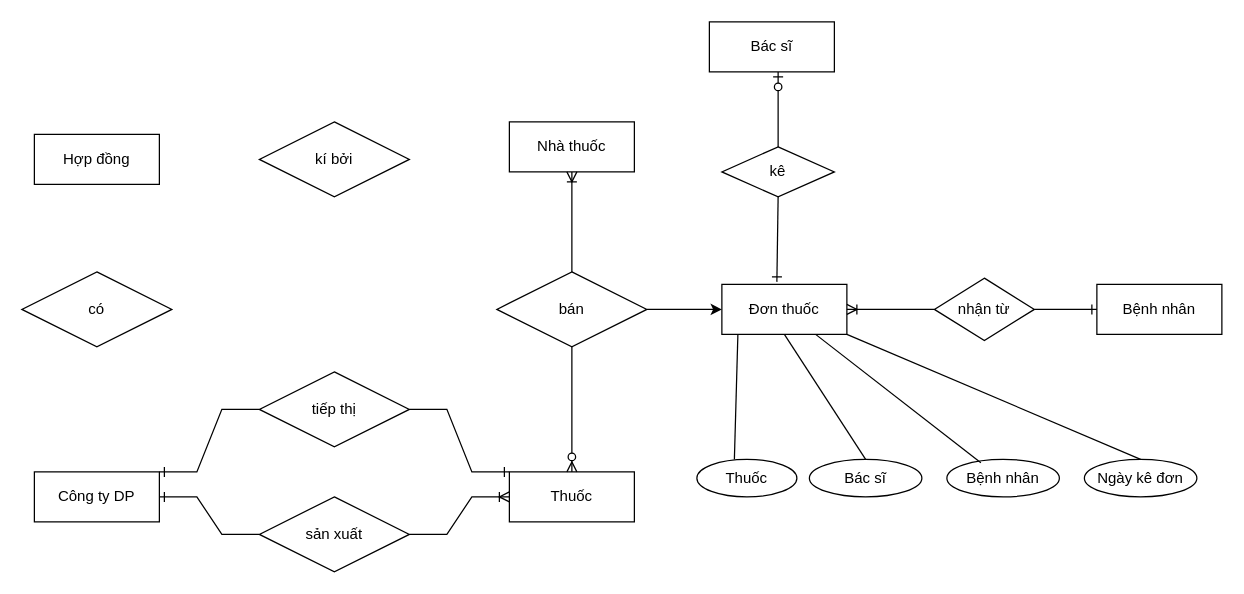
Above: page "ex1" (1 of 3) of BSQL Assignment 103.drawio in giangcoiphp/covid19 (draw.io), before the change. Source tidied: cells renumbered, new cells numbered last; positions are measured from the earlier drawing's top-left corner, leaving out a move shared by most shapes. Both pictures are drawn from the tidied source at 125%, with x=0, y=0 at pixel (21, 21).
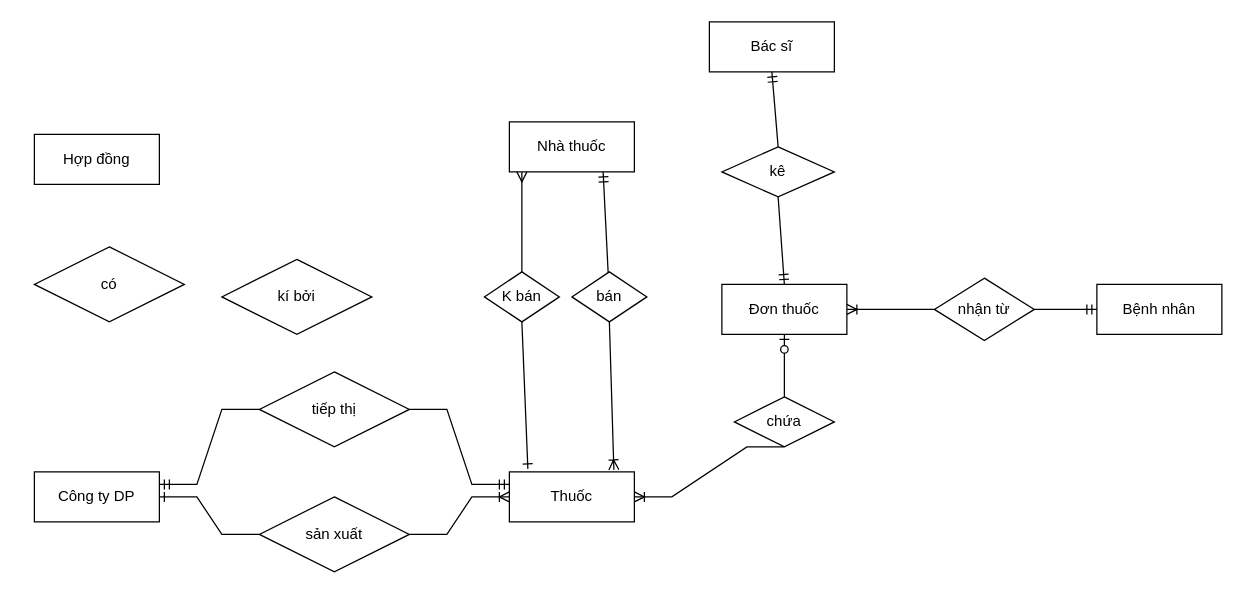
The same diagram, later.

Commit message:
Cập nhật BSQL Assignment 103.drawio

The change refers to these unchanged cells:
```xml
<mxCell id="2" value="Công ty DP" style="whiteSpace=wrap;html=1;align=center;" parent="1" vertex="1">
  <mxGeometry x="10" y="360" width="100" height="40" as="geometry" />
</mxCell>
<mxCell id="4" value="Thuốc" style="whiteSpace=wrap;html=1;align=center;" parent="1" vertex="1">
  <mxGeometry x="390" y="360" width="100" height="40" as="geometry" />
</mxCell>
<mxCell id="7" value="tiếp thị" style="shape=rhombus;perimeter=rhombusPerimeter;whiteSpace=wrap;html=1;align=center;" parent="1" vertex="1">
  <mxGeometry x="190" y="280" width="120" height="60" as="geometry" />
</mxCell>
<mxCell id="9" value="Nhà thuốc" style="whiteSpace=wrap;html=1;align=center;" parent="1" vertex="1">
  <mxGeometry x="390" y="80" width="100" height="40" as="geometry" />
</mxCell>
<mxCell id="13" value="Đơn thuốc" style="whiteSpace=wrap;html=1;align=center;" parent="1" vertex="1">
  <mxGeometry x="560" y="210" width="100" height="40" as="geometry" />
</mxCell>
<mxCell id="23" value="Bác sĩ" style="whiteSpace=wrap;html=1;align=center;" parent="1" vertex="1">
  <mxGeometry x="550" width="100" height="40" as="geometry" />
</mxCell>
<mxCell id="24" value="kê" style="shape=rhombus;perimeter=rhombusPerimeter;whiteSpace=wrap;html=1;align=center;" parent="1" vertex="1">
  <mxGeometry x="560" y="100" width="90" height="40" as="geometry" />
</mxCell>
<mxCell id="27" value="Bệnh nhân" style="whiteSpace=wrap;html=1;align=center;" parent="1" vertex="1">
  <mxGeometry x="860" y="210" width="100" height="40" as="geometry" />
</mxCell>
<mxCell id="28" value="nhận từ" style="shape=rhombus;perimeter=rhombusPerimeter;whiteSpace=wrap;html=1;align=center;" parent="1" vertex="1">
  <mxGeometry x="730" y="205" width="80" height="50" as="geometry" />
</mxCell>
```

Change to the diagram source:
```diff
@@
-    <mxCell id="8" style="edgeStyle=entityRelationEdgeStyle;fontSize=12;html=1;endArrow=ERone;endFill=1;rounded=0;entryX=1;entryY=0;entryDx=0;entryDy=0;exitX=0;exitY=0.5;exitDx=0;exitDy=0;" parent="1" edge="1" source="7" target="2">
-      <mxGeometry relative="1" as="geometry" />
-    </mxCell>
@@
     <mxCell id="10" value="bán" style="shape=rhombus;perimeter=rhombusPerimeter;whiteSpace=wrap;html=1;align=center;" parent="1" vertex="1">
-      <mxGeometry x="380" y="200" width="120" height="60" as="geometry" />
+      <mxGeometry x="440" y="200" width="60" height="40" as="geometry" />
     </mxCell>
-    <mxCell id="11" style="fontSize=12;html=1;endArrow=ERzeroToMany;endFill=1;rounded=0;entryX=0.5;entryY=0;entryDx=0;entryDy=0;exitX=0.5;exitY=1;exitDx=0;exitDy=0;" parent="1" edge="1" source="10" target="4">
-      <mxGeometry relative="1" as="geometry" />
-    </mxCell>
-    <mxCell id="12" style="fontSize=12;html=1;endArrow=ERoneToMany;rounded=0;entryX=0.5;entryY=1;entryDx=0;entryDy=0;exitX=0.5;exitY=0;exitDx=0;exitDy=0;" parent="1" edge="1" source="10" target="9">
-      <mxGeometry relative="1" as="geometry" />
-    </mxCell>
@@
-    <mxCell id="14" value="Thuốc" style="ellipse;whiteSpace=wrap;html=1;align=center;" parent="1" vertex="1">
-      <mxGeometry x="540" y="350" width="80" height="30" as="geometry" />
-    </mxCell>
-    <mxCell id="15" value="Bác sĩ" style="ellipse;whiteSpace=wrap;html=1;align=center;" parent="1" vertex="1">
-      <mxGeometry x="630" y="350" width="90" height="30" as="geometry" />
-    </mxCell>
-    <mxCell id="16" value="Bệnh nhân" style="ellipse;whiteSpace=wrap;html=1;align=center;" parent="1" vertex="1">
-      <mxGeometry x="740" y="350" width="90" height="30" as="geometry" />
-    </mxCell>
-    <mxCell id="17" value="Ngày kê đơn" style="ellipse;whiteSpace=wrap;html=1;align=center;" parent="1" vertex="1">
-      <mxGeometry x="850" y="350" width="90" height="30" as="geometry" />
-    </mxCell>
-    <mxCell id="18" style="endArrow=none;html=1;rounded=0;exitX=0.128;exitY=1.01;exitDx=0;exitDy=0;exitPerimeter=0;" parent="1" edge="1" source="13">
-      <mxGeometry relative="1" as="geometry">
-        <mxPoint x="570" y="350" as="targetPoint" />
-      </mxGeometry>
-    </mxCell>
-    <mxCell id="19" style="endArrow=none;html=1;rounded=0;entryX=0.5;entryY=0;entryDx=0;entryDy=0;exitX=0.5;exitY=1;exitDx=0;exitDy=0;" parent="1" edge="1" source="13" target="15">
-      <mxGeometry relative="1" as="geometry" />
-    </mxCell>
-    <mxCell id="20" style="endArrow=none;html=1;rounded=0;entryX=0.302;entryY=0.093;entryDx=0;entryDy=0;exitX=0.75;exitY=1;exitDx=0;exitDy=0;entryPerimeter=0;" parent="1" edge="1" source="13" target="16">
-      <mxGeometry relative="1" as="geometry" />
-    </mxCell>
-    <mxCell id="21" style="endArrow=none;html=1;rounded=0;entryX=0.5;entryY=0;entryDx=0;entryDy=0;exitX=1;exitY=1;exitDx=0;exitDy=0;" parent="1" edge="1" source="13" target="17">
-      <mxGeometry relative="1" as="geometry" />
-    </mxCell>
-    <mxCell id="22" style="endArrow=classic;html=1;rounded=0;exitX=1;exitY=0.5;exitDx=0;exitDy=0;entryX=0;entryY=0.5;entryDx=0;entryDy=0;" parent="1" edge="1" source="10" target="13">
-      <mxGeometry relative="1" as="geometry" />
-    </mxCell>
@@
-    <mxCell id="25" style="fontSize=12;html=1;endArrow=ERone;endFill=1;rounded=0;exitX=0.5;exitY=1;exitDx=0;exitDy=0;entryX=0.44;entryY=-0.05;entryDx=0;entryDy=0;entryPerimeter=0;" parent="1" edge="1" source="24" target="13">
-      <mxGeometry relative="1" as="geometry" />
-    </mxCell>
-    <mxCell id="26" style="fontSize=12;html=1;endArrow=ERzeroToOne;endFill=1;rounded=0;exitX=0.5;exitY=0;exitDx=0;exitDy=0;" parent="1" edge="1" source="24">
-      <mxGeometry relative="1" as="geometry">
-        <mxPoint x="605" y="40" as="targetPoint" />
-      </mxGeometry>
-    </mxCell>
@@
-    <mxCell id="30" style="fontSize=12;html=1;endArrow=ERone;endFill=1;rounded=0;entryX=0;entryY=0.5;entryDx=0;entryDy=0;exitX=1;exitY=0.5;exitDx=0;exitDy=0;" parent="1" edge="1" source="28" target="27">
-      <mxGeometry relative="1" as="geometry" />
-    </mxCell>
-    <mxCell id="31" style="edgeStyle=entityRelationEdgeStyle;fontSize=12;html=1;endArrow=ERone;endFill=1;rounded=0;exitX=1;exitY=0.5;exitDx=0;exitDy=0;entryX=0;entryY=0;entryDx=0;entryDy=0;" parent="1" edge="1" source="7" target="4">
-      <mxGeometry relative="1" as="geometry" />
-    </mxCell>
@@
     <mxCell id="33" value="kí bởi" style="shape=rhombus;perimeter=rhombusPerimeter;whiteSpace=wrap;html=1;align=center;" parent="1" vertex="1">
-      <mxGeometry x="190" y="80" width="120" height="60" as="geometry" />
+      <mxGeometry x="160" y="190" width="120" height="60" as="geometry" />
     </mxCell>
     <mxCell id="34" value="có" style="shape=rhombus;perimeter=rhombusPerimeter;whiteSpace=wrap;html=1;align=center;" parent="1" vertex="1">
-      <mxGeometry y="200" width="120" height="60" as="geometry" />
+      <mxGeometry x="10" y="180" width="120" height="60" as="geometry" />
     </mxCell>
+    <mxCell id="35" value="K bán" style="shape=rhombus;perimeter=rhombusPerimeter;whiteSpace=wrap;html=1;align=center;" parent="1" vertex="1">
+      <mxGeometry x="370" y="200" width="60" height="40" as="geometry" />
+    </mxCell>
+    <mxCell id="11" style="fontSize=12;html=1;endArrow=ERoneToMany;rounded=0;exitX=0.5;exitY=1;exitDx=0;exitDy=0;entryX=0.836;entryY=-0.04;entryDx=0;entryDy=0;entryPerimeter=0;" parent="1" edge="1" source="10" target="4">
+      <mxGeometry relative="1" as="geometry" />
+    </mxCell>
+    <mxCell id="12" style="fontSize=12;html=1;endArrow=ERmandOne;rounded=0;entryX=0.75;entryY=1;entryDx=0;entryDy=0;" parent="1" edge="1" source="10" target="9">
+      <mxGeometry relative="1" as="geometry" />
+    </mxCell>
+    <mxCell id="36" style="fontSize=12;html=1;endArrow=ERone;endFill=1;rounded=0;entryX=0.148;entryY=-0.06;entryDx=0;entryDy=0;exitX=0.5;exitY=1;exitDx=0;exitDy=0;entryPerimeter=0;" parent="1" edge="1" source="35" target="4">
+      <mxGeometry relative="1" as="geometry" />
+    </mxCell>
+    <mxCell id="37" style="fontSize=12;html=1;endArrow=ERmany;rounded=0;exitX=0.5;exitY=0;exitDx=0;exitDy=0;" parent="1" edge="1" source="35">
+      <mxGeometry relative="1" as="geometry">
+        <mxPoint x="400" y="120" as="targetPoint" />
+      </mxGeometry>
+    </mxCell>
+    <mxCell id="38" style="fontSize=12;html=1;endArrow=ERmandOne;rounded=0;entryX=0.5;entryY=1;entryDx=0;entryDy=0;exitX=0.5;exitY=0;exitDx=0;exitDy=0;" parent="1" edge="1" source="24" target="23">
+      <mxGeometry relative="1" as="geometry" />
+    </mxCell>
+    <mxCell id="8" style="edgeStyle=entityRelationEdgeStyle;fontSize=12;html=1;endArrow=ERmandOne;rounded=0;entryX=1;entryY=0.25;entryDx=0;entryDy=0;" parent="1" edge="1" source="7" target="2">
+      <mxGeometry relative="1" as="geometry" />
+    </mxCell>
+    <mxCell id="31" style="edgeStyle=entityRelationEdgeStyle;fontSize=12;html=1;endArrow=ERmandOne;rounded=0;entryX=0;entryY=0.25;entryDx=0;entryDy=0;exitX=1;exitY=0.5;exitDx=0;exitDy=0;" parent="1" edge="1" source="7" target="4">
+      <mxGeometry relative="1" as="geometry" />
+    </mxCell>
+    <mxCell id="25" style="fontSize=12;html=1;endArrow=ERmandOne;rounded=0;entryX=0.5;entryY=0;entryDx=0;entryDy=0;exitX=0.5;exitY=1;exitDx=0;exitDy=0;" parent="1" edge="1" source="24" target="13">
+      <mxGeometry relative="1" as="geometry" />
+    </mxCell>
+    <mxCell id="39" value="chứa" style="shape=rhombus;perimeter=rhombusPerimeter;whiteSpace=wrap;html=1;align=center;" parent="1" vertex="1">
+      <mxGeometry x="570" y="300" width="80" height="40" as="geometry" />
+    </mxCell>
+    <mxCell id="40" style="fontSize=12;html=1;endArrow=ERzeroToOne;endFill=1;rounded=0;exitX=0.5;exitY=0;exitDx=0;exitDy=0;entryX=0.5;entryY=1;entryDx=0;entryDy=0;" parent="1" edge="1" source="39" target="13">
+      <mxGeometry relative="1" as="geometry" />
+    </mxCell>
+    <mxCell id="41" style="edgeStyle=entityRelationEdgeStyle;fontSize=12;html=1;endArrow=ERoneToMany;rounded=0;entryX=1;entryY=0.5;entryDx=0;entryDy=0;exitX=0.5;exitY=1;exitDx=0;exitDy=0;" parent="1" edge="1" source="39" target="4">
+      <mxGeometry relative="1" as="geometry" />
+    </mxCell>
+    <mxCell id="30" style="edgeStyle=entityRelationEdgeStyle;fontSize=12;html=1;endArrow=ERmandOne;rounded=0;entryX=0;entryY=0.5;entryDx=0;entryDy=0;" parent="1" edge="1" source="28" target="27">
+      <mxGeometry relative="1" as="geometry" />
+    </mxCell>
```
